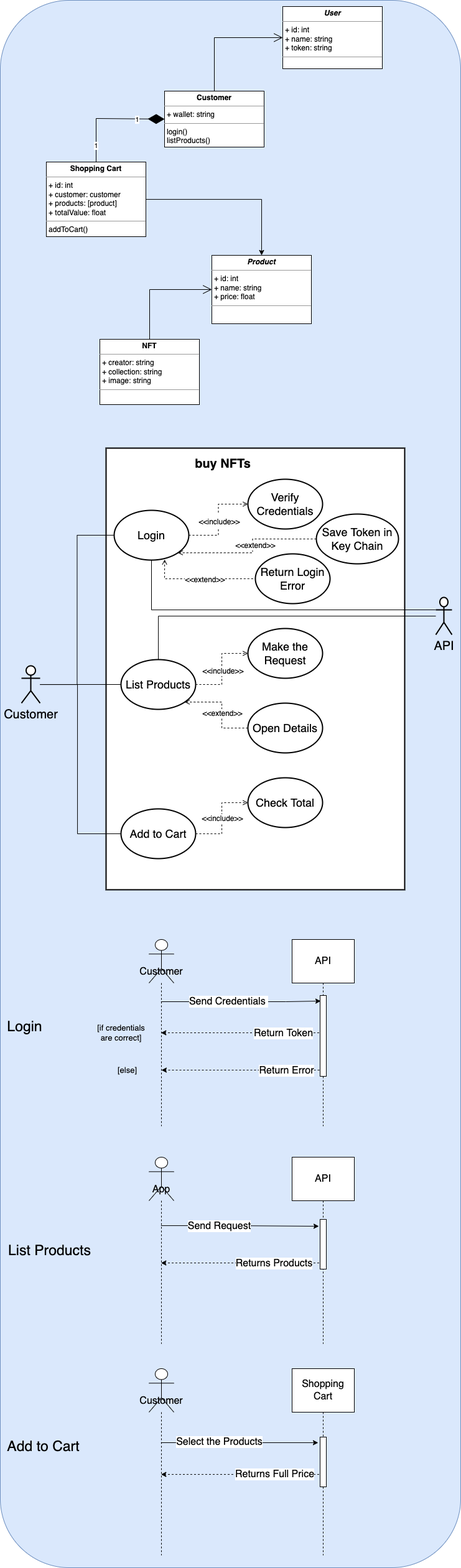
The draw.io diagram documentation/BuyNFTs-Diagrams.png in gu7araujo/IOS-BuyNFTs, before a commit. Source tidied: cells renumbered, new cells last; positions are measured from the earlier drawing's top-left corner, leaving out a move shared by most shapes.
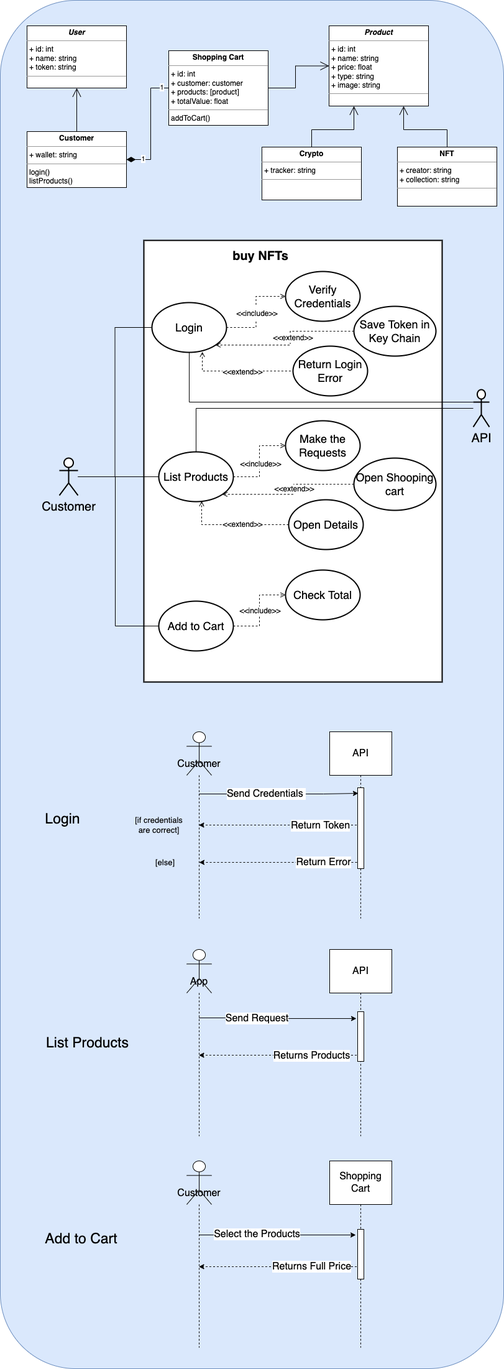
The same diagram one commit later.

Commit message:
Adding other product

The edit, as a diff of the source:
```diff
@@ -3,53 +3,41 @@
     <mxCell id="0" />
     <mxCell id="1" parent="0" />
     <mxCell id="2" style="rounded=1;whiteSpace=wrap;html=1;fillColor=#dae8fc;strokeColor=#6c8ebf;" parent="1" vertex="1">
-      <mxGeometry width="740" height="2520" as="geometry" />
+      <mxGeometry x="-61" y="334" width="810" height="2200" as="geometry" />
     </mxCell>
     <mxCell id="3" value="&lt;p style=&quot;margin:0px;margin-top:4px;text-align:center;&quot;&gt;&lt;b&gt;&lt;i&gt;User&lt;/i&gt;&lt;/b&gt;&lt;/p&gt;&lt;hr size=&quot;1&quot;&gt;&lt;p style=&quot;margin:0px;margin-left:4px;&quot;&gt;+ id: int&lt;/p&gt;&lt;p style=&quot;margin:0px;margin-left:4px;&quot;&gt;+ name: string&lt;/p&gt;&lt;p style=&quot;margin:0px;margin-left:4px;&quot;&gt;+ token: string&lt;/p&gt;&lt;hr size=&quot;1&quot;&gt;&lt;p style=&quot;margin:0px;margin-left:4px;&quot;&gt;&lt;br&gt;&lt;/p&gt;" style="verticalAlign=top;align=left;overflow=fill;fontSize=12;fontFamily=Helvetica;html=1;" parent="1" vertex="1">
-      <mxGeometry x="454" y="10" width="160" height="100" as="geometry" />
+      <mxGeometry x="-18" y="375" width="160" height="100" as="geometry" />
     </mxCell>
-    <mxCell id="4" value="&lt;p style=&quot;margin:0px;margin-top:4px;text-align:center;&quot;&gt;&lt;b&gt;&lt;i&gt;Product&lt;/i&gt;&lt;/b&gt;&lt;/p&gt;&lt;hr size=&quot;1&quot;&gt;&lt;p style=&quot;margin:0px;margin-left:4px;&quot;&gt;+ id: int&lt;/p&gt;&lt;p style=&quot;margin:0px;margin-left:4px;&quot;&gt;+ name: string&lt;/p&gt;&lt;p style=&quot;margin:0px;margin-left:4px;&quot;&gt;+ price: float&lt;/p&gt;&lt;hr size=&quot;1&quot;&gt;&lt;p style=&quot;margin:0px;margin-left:4px;&quot;&gt;&lt;br&gt;&lt;/p&gt;" style="verticalAlign=top;align=left;overflow=fill;fontSize=12;fontFamily=Helvetica;html=1;" parent="1" vertex="1">
-      <mxGeometry x="340" y="410" width="160" height="110" as="geometry" />
+    <mxCell id="4" value="&lt;p style=&quot;margin:0px;margin-top:4px;text-align:center;&quot;&gt;&lt;b&gt;&lt;i&gt;Product&lt;/i&gt;&lt;/b&gt;&lt;/p&gt;&lt;hr size=&quot;1&quot;&gt;&lt;p style=&quot;margin:0px;margin-left:4px;&quot;&gt;+ id: int&lt;/p&gt;&lt;p style=&quot;margin:0px;margin-left:4px;&quot;&gt;+ name: string&lt;/p&gt;&lt;p style=&quot;margin:0px;margin-left:4px;&quot;&gt;+ price: float&lt;/p&gt;&lt;p style=&quot;margin:0px;margin-left:4px;&quot;&gt;+ type: string&lt;/p&gt;&lt;p style=&quot;margin:0px;margin-left:4px;&quot;&gt;+ image: string&lt;br&gt;&lt;/p&gt;&lt;hr size=&quot;1&quot;&gt;&lt;p style=&quot;margin:0px;margin-left:4px;&quot;&gt;&lt;br&gt;&lt;/p&gt;" style="verticalAlign=top;align=left;overflow=fill;fontSize=12;fontFamily=Helvetica;html=1;" parent="1" vertex="1">
+      <mxGeometry x="468" y="375" width="160" height="129" as="geometry" />
     </mxCell>
+    <mxCell id="13" style="edgeStyle=orthogonalEdgeStyle;rounded=0;jettySize=auto;html=1;entryX=0.75;entryY=1;entryDx=0;entryDy=0;endArrow=open;endFill=0;endSize=12;" parent="1" edge="1" source="5" target="4">
+      <mxGeometry relative="1" as="geometry" />
+    </mxCell>
-    <mxCell id="5" value="&lt;p style=&quot;margin:0px;margin-top:4px;text-align:center;&quot;&gt;&lt;b&gt;NFT&lt;/b&gt;&lt;/p&gt;&lt;hr size=&quot;1&quot;&gt;&lt;p style=&quot;margin:0px;margin-left:4px;&quot;&gt;+ creator: string&lt;/p&gt;&lt;p style=&quot;margin:0px;margin-left:4px;&quot;&gt;+ collection: string&lt;/p&gt;&lt;p style=&quot;margin:0px;margin-left:4px;&quot;&gt;+ image: string&lt;/p&gt;&lt;hr size=&quot;1&quot;&gt;&lt;p style=&quot;margin:0px;margin-left:4px;&quot;&gt;&lt;br&gt;&lt;/p&gt;" style="verticalAlign=top;align=left;overflow=fill;fontSize=12;fontFamily=Helvetica;html=1;" parent="1" vertex="1">
-      <mxGeometry x="160" y="545" width="160" height="105" as="geometry" />
+    <mxCell id="5" value="&lt;p style=&quot;margin:0px;margin-top:4px;text-align:center;&quot;&gt;&lt;b&gt;NFT&lt;/b&gt;&lt;/p&gt;&lt;hr size=&quot;1&quot;&gt;&lt;p style=&quot;margin:0px;margin-left:4px;&quot;&gt;+ creator: string&lt;/p&gt;&lt;p style=&quot;margin:0px;margin-left:4px;&quot;&gt;+ collection: string&lt;/p&gt;&lt;hr size=&quot;1&quot;&gt;&lt;p style=&quot;margin:0px;margin-left:4px;&quot;&gt;&lt;br&gt;&lt;/p&gt;" style="verticalAlign=top;align=left;overflow=fill;fontSize=12;fontFamily=Helvetica;html=1;" parent="1" vertex="1">
+      <mxGeometry x="578" y="570" width="160" height="95" as="geometry" />
     </mxCell>
+    <mxCell id="10" style="edgeStyle=orthogonalEdgeStyle;rounded=0;jettySize=auto;html=1;entryX=1;entryY=0.5;entryDx=0;entryDy=0;endArrow=diamondThin;endFill=1;endSize=12;" parent="1" edge="1" source="7" target="8">
+      <mxGeometry relative="1" as="geometry" />
+    </mxCell>
+    <mxCell id="72" value="1" style="edgeLabel;html=1;align=center;verticalAlign=middle;" parent="10" vertex="1">
+      <mxGeometry x="0.72" y="-2" relative="1" as="geometry" />
+    </mxCell>
+    <mxCell id="73" value="1" style="edgeLabel;html=1;align=center;verticalAlign=middle;" parent="10" vertex="1">
+      <mxGeometry x="-0.87" y="-2" relative="1" as="geometry" />
+    </mxCell>
-    <mxCell id="6" style="edgeStyle=orthogonalEdgeStyle;rounded=0;jettySize=auto;html=1;entryX=0.5;entryY=0;entryDx=0;entryDy=0;" parent="1" edge="1" source="7" target="4">
+    <mxCell id="6" style="edgeStyle=orthogonalEdgeStyle;rounded=0;jettySize=auto;html=1;endArrow=open;endFill=0;endSize=12;" parent="1" edge="1" source="7" target="4">
       <mxGeometry relative="1" as="geometry" />
     </mxCell>
     <mxCell id="7" value="&lt;p style=&quot;margin:0px;margin-top:4px;text-align:center;&quot;&gt;&lt;b&gt;Shopping Cart&lt;/b&gt;&lt;/p&gt;&lt;hr size=&quot;1&quot;&gt;&lt;p style=&quot;margin:0px;margin-left:4px;&quot;&gt;+ id: int&lt;/p&gt;&lt;p style=&quot;margin:0px;margin-left:4px;&quot;&gt;+ customer: customer&lt;/p&gt;&lt;p style=&quot;margin:0px;margin-left:4px;&quot;&gt;+ products: [product]&lt;/p&gt;&lt;p style=&quot;margin:0px;margin-left:4px;&quot;&gt;+ totalValue: float&lt;/p&gt;&lt;hr size=&quot;1&quot;&gt;&lt;p style=&quot;margin:0px;margin-left:4px;&quot;&gt;addToCart()&lt;/p&gt;" style="verticalAlign=top;align=left;overflow=fill;fontSize=12;fontFamily=Helvetica;html=1;" parent="1" vertex="1">
-      <mxGeometry x="74" y="260" width="160" height="120" as="geometry" />
+      <mxGeometry x="210" y="415" width="160" height="120" as="geometry" />
     </mxCell>
+    <mxCell id="9" style="edgeStyle=orthogonalEdgeStyle;rounded=0;jettySize=auto;html=1;entryX=0.5;entryY=1;entryDx=0;entryDy=0;endArrow=open;endFill=0;endSize=12;" parent="1" edge="1" source="8" target="3">
+      <mxGeometry relative="1" as="geometry" />
+    </mxCell>
     <mxCell id="8" value="&lt;p style=&quot;margin:0px;margin-top:4px;text-align:center;&quot;&gt;&lt;b&gt;Customer&lt;/b&gt;&lt;/p&gt;&lt;hr size=&quot;1&quot;&gt;&lt;p style=&quot;margin:0px;margin-left:4px;&quot;&gt;+ wallet: string&lt;/p&gt;&lt;hr size=&quot;1&quot;&gt;&lt;p style=&quot;margin:0px;margin-left:4px;&quot;&gt;login()&lt;/p&gt;&lt;p style=&quot;margin:0px;margin-left:4px;&quot;&gt;listProducts()&lt;/p&gt;" style="verticalAlign=top;align=left;overflow=fill;fontSize=12;fontFamily=Helvetica;html=1;" parent="1" vertex="1">
-      <mxGeometry x="264" y="146" width="160" height="90" as="geometry" />
+      <mxGeometry x="-18" y="545" width="160" height="90" as="geometry" />
     </mxCell>
-    <mxCell id="9" style="endArrow=open;endFill=1;endSize=12;html=1;rounded=0;entryX=0;entryY=0.5;entryDx=0;entryDy=0;exitX=0.5;exitY=0;exitDx=0;exitDy=0;" parent="1" edge="1" source="8" target="3">
-      <mxGeometry relative="1" as="geometry">
-        <Array as="points">
-          <mxPoint x="344" y="60" />
-        </Array>
-      </mxGeometry>
-    </mxCell>
-    <mxCell id="10" style="endArrow=diamondThin;endFill=1;endSize=24;html=1;rounded=0;entryX=0;entryY=0.5;entryDx=0;entryDy=0;exitX=0.5;exitY=0;exitDx=0;exitDy=0;" parent="1" edge="1" source="7" target="8">
-      <mxGeometry relative="1" as="geometry">
-        <Array as="points">
-          <mxPoint x="154" y="190" />
-        </Array>
-      </mxGeometry>
-    </mxCell>
-    <mxCell id="11" value="1" style="edgeLabel;html=1;align=center;verticalAlign=middle;" parent="10" vertex="1">
-      <mxGeometry x="0.5" y="-1" relative="1" as="geometry" />
-    </mxCell>
-    <mxCell id="12" value="1" style="edgeLabel;html=1;align=center;verticalAlign=middle;" parent="10" vertex="1">
-      <mxGeometry x="-0.7" y="1" relative="1" as="geometry" />
-    </mxCell>
-    <mxCell id="13" style="endArrow=open;endFill=1;endSize=12;html=1;rounded=0;entryX=0;entryY=0.5;entryDx=0;entryDy=0;exitX=0.5;exitY=0;exitDx=0;exitDy=0;" parent="1" edge="1" source="5" target="4">
-      <mxGeometry relative="1" as="geometry">
-        <Array as="points">
-          <mxPoint x="240" y="465" />
-        </Array>
-      </mxGeometry>
-    </mxCell>
     <mxCell id="14" style="rounded=0;whiteSpace=wrap;html=1;fontSize=20;strokeWidth=2;" parent="1" vertex="1">
       <mxGeometry x="170" y="720" width="480" height="710" as="geometry" />
     </mxCell>
@@ -123,17 +111,17 @@
     <mxCell id="35" value="Return Login Error" style="ellipse;whiteSpace=wrap;html=1;fontSize=18;strokeWidth=2;" parent="1" vertex="1">
       <mxGeometry x="410" y="890" width="120" height="80" as="geometry" />
     </mxCell>
-    <mxCell id="36" value="Make the Request" style="ellipse;whiteSpace=wrap;html=1;fontSize=18;strokeWidth=2;" parent="1" vertex="1">
+    <mxCell id="36" value="Make the Requests" style="ellipse;whiteSpace=wrap;html=1;fontSize=18;strokeWidth=2;" parent="1" vertex="1">
       <mxGeometry x="398" y="1010" width="120" height="80" as="geometry" />
     </mxCell>
-    <mxCell id="37" style="edgeStyle=orthogonalEdgeStyle;rounded=0;jettySize=auto;html=1;entryX=1;entryY=1;entryDx=0;entryDy=0;dashed=1;endArrow=open;endFill=0;" parent="1" edge="1" source="39" target="24">
+    <mxCell id="37" style="edgeStyle=orthogonalEdgeStyle;rounded=0;jettySize=auto;html=1;entryX=0.575;entryY=0.988;entryDx=0;entryDy=0;entryPerimeter=0;endArrow=open;endFill=0;endSize=6;dashed=1;" parent="1" edge="1" source="39" target="24">
       <mxGeometry relative="1" as="geometry" />
     </mxCell>
-    <mxCell id="38" value="&amp;lt;&amp;lt;extend&amp;gt;&amp;gt;" style="edgeLabel;html=1;align=center;verticalAlign=middle;fontSize=12;" parent="37" vertex="1">
-      <mxGeometry x="-0.08" relative="1" as="geometry" />
-    </mxCell>
+    <mxCell id="74" value="&amp;lt;&amp;lt;extend&amp;gt;&amp;gt;" style="edgeLabel;html=1;align=center;verticalAlign=middle;fontSize=12;" parent="37" vertex="1">
+      <mxGeometry x="-0.16" y="-1" relative="1" as="geometry" />
+    </mxCell>
     <mxCell id="39" value="Open Details" style="ellipse;whiteSpace=wrap;html=1;fontSize=18;strokeWidth=2;" parent="1" vertex="1">
-      <mxGeometry x="398" y="1130" width="120" height="80" as="geometry" />
+      <mxGeometry x="403" y="1137" width="120" height="80" as="geometry" />
     </mxCell>
     <mxCell id="40" value="Check Total" style="ellipse;whiteSpace=wrap;html=1;fontSize=18;strokeWidth=2;" parent="1" vertex="1">
       <mxGeometry x="398" y="1250" width="120" height="80" as="geometry" />
@@ -273,5 +261,20 @@
     <mxCell id="71" value="Save Token in Key Chain" style="ellipse;whiteSpace=wrap;html=1;fontSize=18;strokeWidth=2;" parent="1" vertex="1">
       <mxGeometry x="508" y="826" width="132" height="80" as="geometry" />
     </mxCell>
+    <mxCell id="75" style="edgeStyle=orthogonalEdgeStyle;rounded=0;jettySize=auto;html=1;entryX=0.25;entryY=1;entryDx=0;entryDy=0;endArrow=open;endFill=0;endSize=12;" parent="1" edge="1" source="76" target="4">
+      <mxGeometry relative="1" as="geometry" />
+    </mxCell>
+    <mxCell id="76" value="&lt;p style=&quot;margin:0px;margin-top:4px;text-align:center;&quot;&gt;&lt;b&gt;Crypto&lt;/b&gt;&lt;/p&gt;&lt;hr size=&quot;1&quot;&gt;&lt;p style=&quot;margin:0px;margin-left:4px;&quot;&gt;+&amp;nbsp;tracker: string&lt;/p&gt;&lt;hr size=&quot;1&quot;&gt;&lt;p style=&quot;margin:0px;margin-left:4px;&quot;&gt;&lt;br&gt;&lt;/p&gt;" style="verticalAlign=top;align=left;overflow=fill;fontSize=12;fontFamily=Helvetica;html=1;" parent="1" vertex="1">
+      <mxGeometry x="360" y="570" width="160" height="85" as="geometry" />
+    </mxCell>
+    <mxCell id="77" style="edgeStyle=orthogonalEdgeStyle;rounded=0;jettySize=auto;html=1;entryX=1;entryY=1;entryDx=0;entryDy=0;dashed=1;endArrow=open;endFill=0;endSize=6;" parent="1" edge="1" source="79" target="24">
+      <mxGeometry relative="1" as="geometry" />
+    </mxCell>
+    <mxCell id="78" value="&amp;lt;&amp;lt;extend&amp;gt;&amp;gt;" style="edgeLabel;html=1;align=center;verticalAlign=middle;fontSize=12;" parent="77" vertex="1">
+      <mxGeometry x="-0.09" relative="1" as="geometry" />
+    </mxCell>
+    <mxCell id="79" value="Open Shooping cart" style="ellipse;whiteSpace=wrap;html=1;fontSize=18;strokeWidth=2;" parent="1" vertex="1">
+      <mxGeometry x="508" y="1070" width="132" height="84" as="geometry" />
+    </mxCell>
   </root>
 </mxGraphModel>
```
